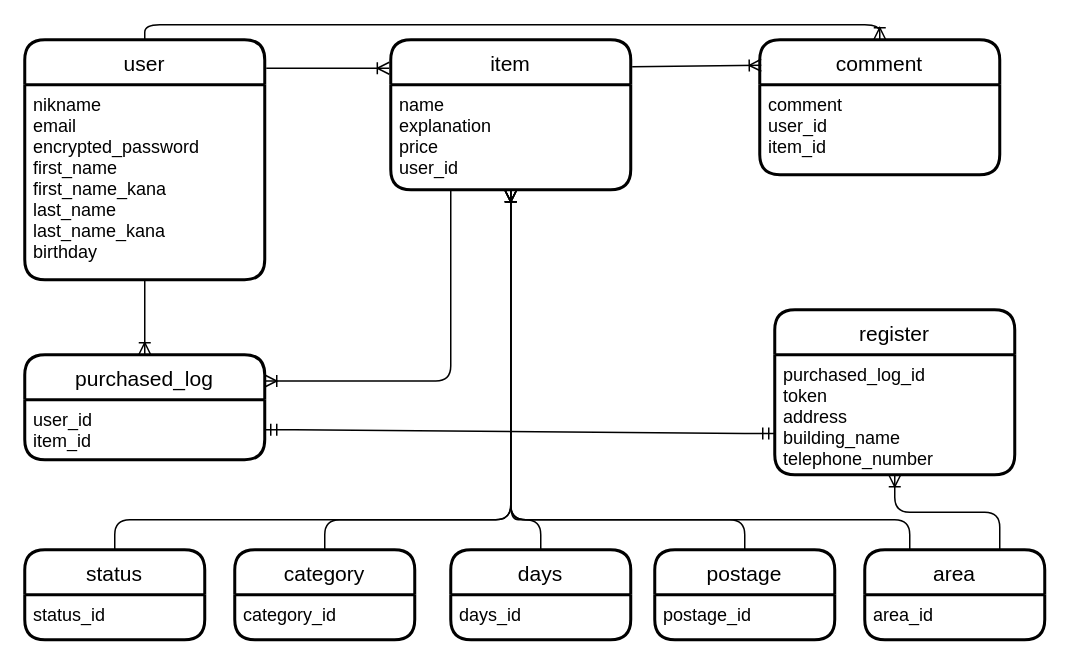
Before: furima.dio in hidekazuyamamoto/furima-36384, a draw.io diagram. Source tidied: cells renumbered, new cells numbered last; positions are measured from the earlier drawing's top-left corner, leaving out a move shared by most shapes. Both pictures are drawn from the tidied source at 150%, with x=0, y=0 at pixel (24, 39).
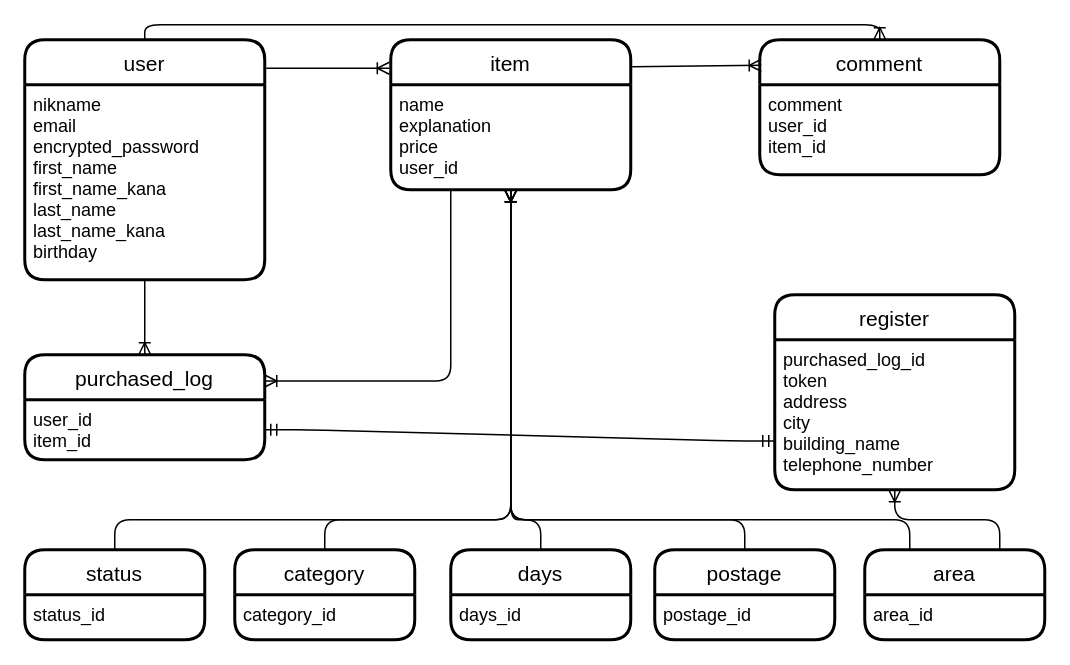
Above is the later version.

Commit message (it also covers changes not shown here):
データベース設計修正（8/4 14:10）

The edit, as a diff of the source:
```diff
@@
     <mxCell id="10" value="register" style="swimlane;horizontal=1;startSize=30;rounded=1;fontSize=14;fontStyle=0;strokeWidth=2;shadow=0;dashed=0;align=center;" parent="1" vertex="1">
-      <mxGeometry x="500" y="180" width="160" height="110" as="geometry" />
+      <mxGeometry x="500" y="170" width="160" height="130" as="geometry" />
     </mxCell>
-    <mxCell id="11" value="purchased_log_id&#10;token&#10;address&#10;building_name&#10;telephone_number" style="align=left;strokeColor=none;fillColor=none;spacingLeft=4;fontSize=12;verticalAlign=top;" parent="10" vertex="1">
-      <mxGeometry y="30" width="160" height="80" as="geometry" />
+    <mxCell id="11" value="purchased_log_id&#10;token&#10;address&#10;city&#10;building_name&#10;telephone_number" style="align=left;strokeColor=none;fillColor=none;spacingLeft=4;fontSize=12;verticalAlign=top;" parent="10" vertex="1">
+      <mxGeometry y="30" width="160" height="100" as="geometry" />
     </mxCell>
```
